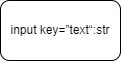
Before: draw.io/OneFlow/zh_clean_OP_flowchart.png, a diagram exported from draw.io (LanXiu-0523/Image_host). Source tidied: cells renumbered, new cells last; positions are measured from the earlier drawing's top-left corner, leaving out a move shared by most shapes.
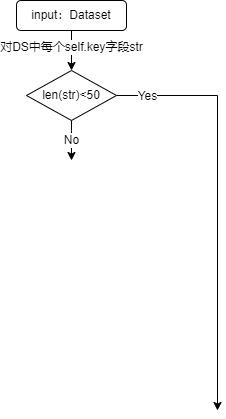
After the change.

Diff of the diagram source:
```diff
@@ -2,8 +2,42 @@
   <root>
     <mxCell id="0" />
     <mxCell id="1" parent="0" />
-    <mxCell id="2" value="input key=”text“:str" style="rounded=1;whiteSpace=wrap;html=1;" parent="1" vertex="1">
-      <mxGeometry width="120" height="60" as="geometry" />
+    <mxCell id="2" value="input：Dataset" style="rounded=1;whiteSpace=wrap;html=1;" parent="1" vertex="1">
+      <mxGeometry width="110" height="30" as="geometry" />
     </mxCell>
+    <mxCell id="3" style="endArrow=classic;html=1;rounded=0;exitX=0.5;exitY=1;exitDx=0;exitDy=0;" parent="1" edge="1" source="2">
+      <mxGeometry relative="1" as="geometry">
+        <mxPoint x="55" y="70" as="targetPoint" />
+      </mxGeometry>
+    </mxCell>
+    <mxCell id="4" value="对DS中每个self.key字段str" style="edgeLabel;html=1;align=center;verticalAlign=middle;" parent="3" vertex="1">
+      <mxGeometry x="-0.36" y="2" relative="1" as="geometry">
+        <mxPoint x="-2" y="4" as="offset" />
+      </mxGeometry>
+    </mxCell>
+    <mxCell id="5" value="len(str)&amp;lt;50" style="rhombus;whiteSpace=wrap;html=1;" parent="1" vertex="1">
+      <mxGeometry x="10" y="70" width="90" height="50" as="geometry" />
+    </mxCell>
+    <mxCell id="6" value="No" style="endArrow=classic;html=1;rounded=0;exitX=0.5;exitY=1;exitDx=0;exitDy=0;" parent="1" edge="1" source="5">
+      <mxGeometry relative="1" as="geometry">
+        <mxPoint x="55" y="160" as="targetPoint" />
+        <Array as="points">
+          <mxPoint x="55" y="130" />
+        </Array>
+      </mxGeometry>
+    </mxCell>
+    <mxCell id="7" style="endArrow=classic;html=1;rounded=0;exitX=1;exitY=0.5;exitDx=0;exitDy=0;" parent="1" edge="1" source="5">
+      <mxGeometry relative="1" as="geometry">
+        <mxPoint x="201" y="410" as="targetPoint" />
+        <Array as="points">
+          <mxPoint x="201" y="95" />
+        </Array>
+      </mxGeometry>
+    </mxCell>
+    <mxCell id="8" value="Yes" style="edgeLabel;html=1;align=center;verticalAlign=middle;" parent="7" vertex="1">
+      <mxGeometry x="-0.3" y="-1" relative="1" as="geometry">
+        <mxPoint x="-69" y="-44" as="offset" />
+      </mxGeometry>
+    </mxCell>
   </root>
 </mxGraphModel>
```
